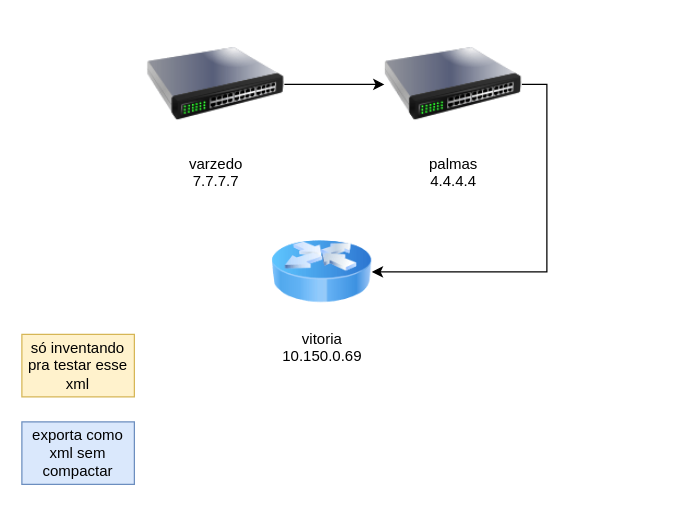
Before: apolo-teste.drawio.xml in Dhennifer02/2-dia-maratona-Python, a draw.io diagram. Source tidied: cells renumbered, new cells numbered last; positions are measured from the earlier drawing's top-left corner, leaving out a move shared by most shapes. Both pictures are drawn from the tidied source at 125%, with x=0, y=0 at pixel (21, 21).
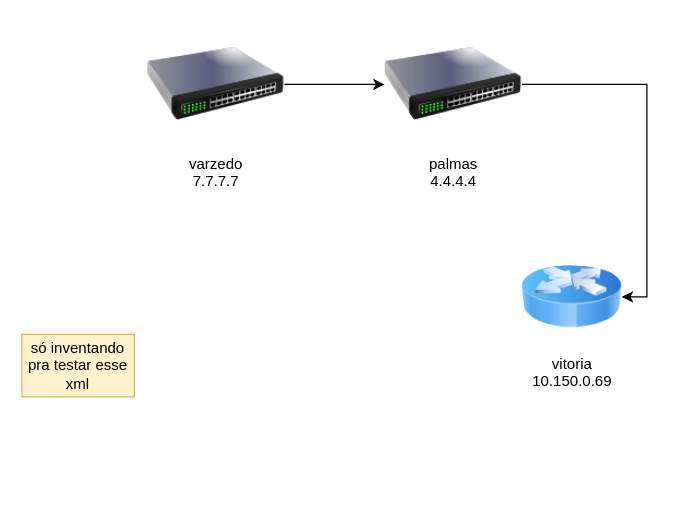
The same page after the edit.

What changed in the source:
```diff
@@
 <mxGraphModel>
   <root>
     <mxCell id="0" />
     <mxCell id="1" parent="0" />
     <mxCell id="2" style="edgeStyle=orthogonalEdgeStyle;rounded=0;jettySize=auto;html=1;" parent="1" edge="1" source="3" target="5">
       <mxGeometry relative="1" as="geometry" />
     </mxCell>
     <mxCell id="3" value="varzedo&lt;div&gt;7.7.7.7&lt;/div&gt;" style="image;html=1;image=img/lib/clip_art/networking/Switch_128x128.png;" parent="1" vertex="1">
       <mxGeometry x="100" width="110" height="100" as="geometry" />
     </mxCell>
     <mxCell id="4" style="edgeStyle=orthogonalEdgeStyle;rounded=0;jettySize=auto;html=1;entryX=1;entryY=0.5;entryDx=0;entryDy=0;exitX=1;exitY=0.5;exitDx=0;exitDy=0;" parent="1" edge="1" source="5" target="6">
       <mxGeometry relative="1" as="geometry" />
     </mxCell>
     <mxCell id="5" value="palmas&lt;div&gt;4.4.4.4&lt;/div&gt;" style="image;html=1;image=img/lib/clip_art/networking/Switch_128x128.png;" parent="1" vertex="1">
       <mxGeometry x="290" width="110" height="100" as="geometry" />
     </mxCell>
     <mxCell id="6" value="vitoria&lt;div&gt;10.150.0.69&lt;br&gt;&lt;div&gt;&lt;br&gt;&lt;/div&gt;&lt;/div&gt;" style="image;html=1;image=img/lib/clip_art/networking/Router_Icon_128x128.png;" parent="1" vertex="1">
-      <mxGeometry x="200" y="160" width="80" height="80" as="geometry" />
+      <mxGeometry x="400" y="180" width="80" height="80" as="geometry" />
     </mxCell>
     <mxCell id="7" value="só inventando pra testar esse xml" style="text;html=1;whiteSpace=wrap;strokeColor=#d6b656;fillColor=#fff2cc;align=center;verticalAlign=middle;rounded=0;" parent="1" vertex="1">
       <mxGeometry y="250" width="90" height="50" as="geometry" />
     </mxCell>
-    <mxCell id="8" value="exporta como xml sem compactar" style="text;html=1;whiteSpace=wrap;strokeColor=#6c8ebf;fillColor=#dae8fc;align=center;verticalAlign=middle;rounded=0;" parent="1" vertex="1">
-      <mxGeometry y="320" width="90" height="50" as="geometry" />
-    </mxCell>
   </root>
 </mxGraphModel>
```
